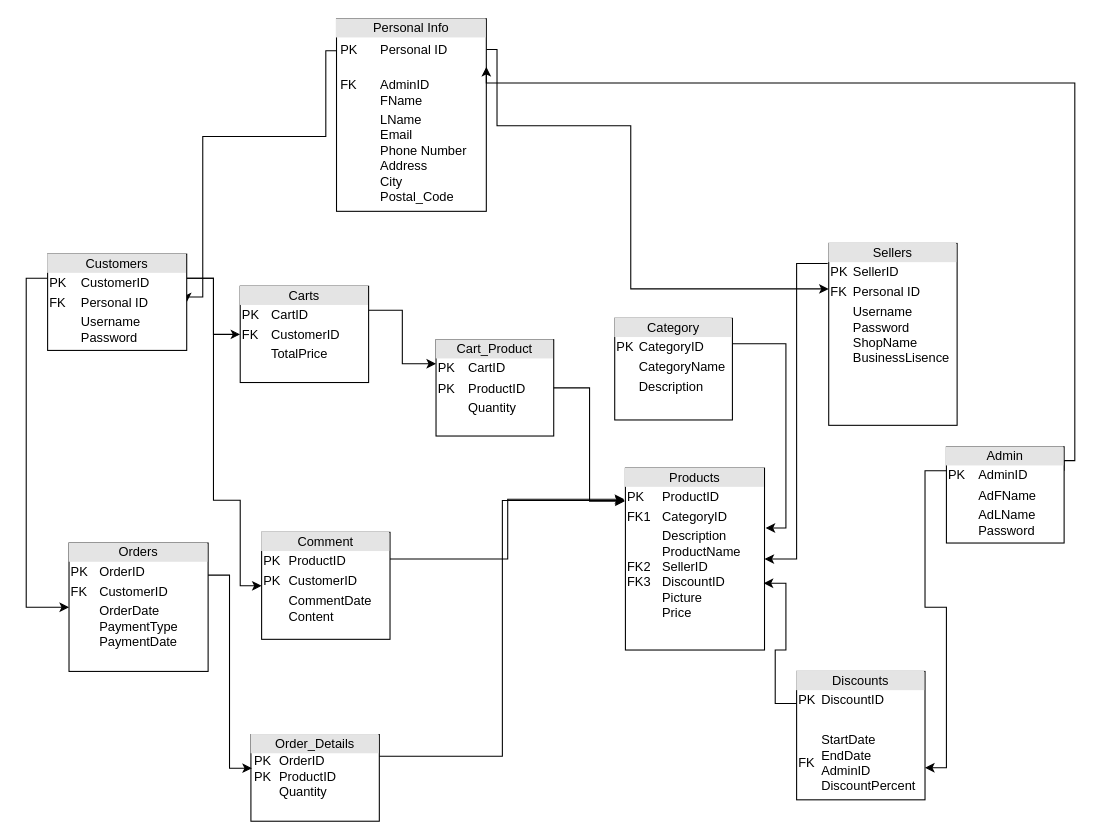
Above: design/Relational Model.drawio in PhucAnh0502/Database (draw.io), before the change. Source tidied: cells renumbered, new cells numbered last; positions are measured from the earlier drawing's top-left corner, leaving out a move shared by most shapes. Both pictures are drawn from the tidied source at 107%, with x=0, y=0 at pixel (26, 18).
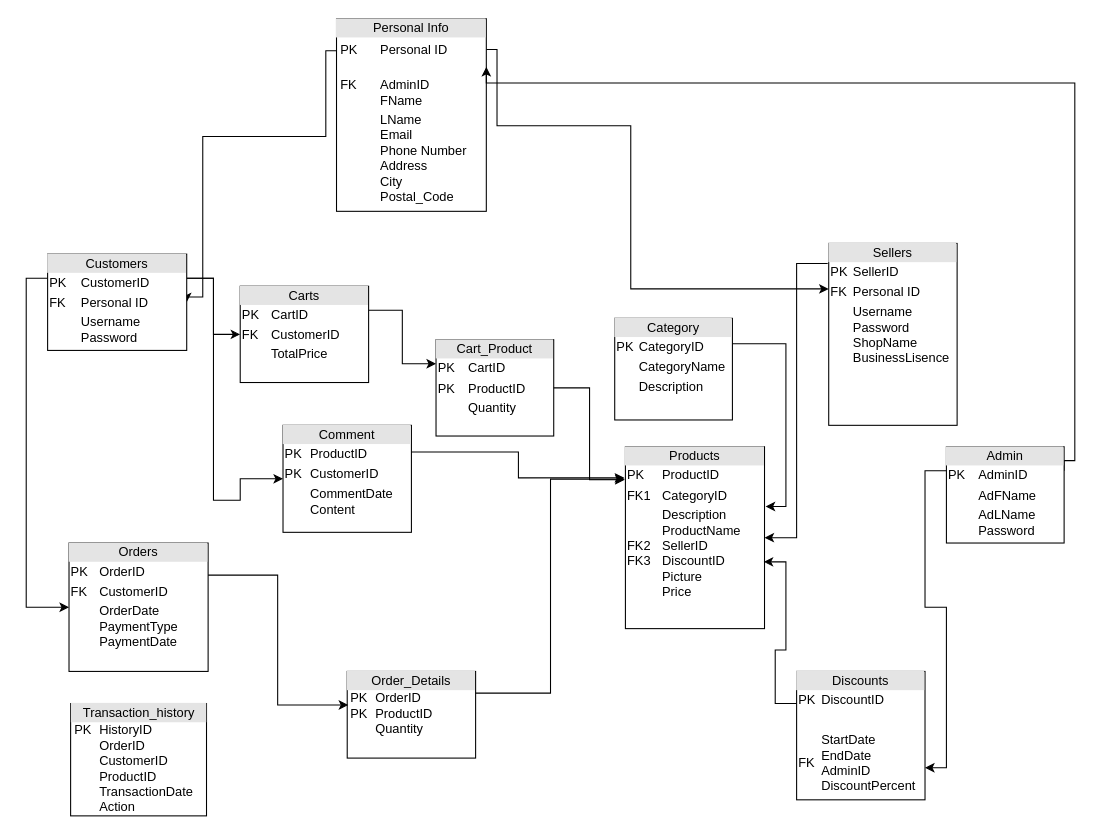
After the change.

The edit, as a diff of the source:
```diff
@@
     <mxCell id="14" value="&lt;div style=&quot;text-align: center; box-sizing: border-box; width: 100%; background: rgb(228, 228, 228); padding: 2px;&quot;&gt;Order_Details&lt;/div&gt;&amp;nbsp;PK&lt;span style=&quot;white-space: pre;&quot;&gt;&#9;&lt;/span&gt;OrderID&lt;div&gt;&amp;nbsp;PK&lt;span style=&quot;white-space: pre;&quot;&gt;&#9;&lt;/span&gt;ProductID&lt;/div&gt;&lt;div&gt;&amp;nbsp;&lt;span style=&quot;white-space: pre;&quot;&gt;&#9;&lt;/span&gt;Quantity&lt;br&gt;&lt;table style=&quot;width:100%;font-size:1em;&quot; cellpadding=&quot;2&quot; cellspacing=&quot;0&quot;&gt;&lt;tbody&gt;&lt;tr&gt;&lt;td&gt;&lt;/td&gt;&lt;td&gt;&lt;br&gt;&lt;br&gt;&lt;/td&gt;&lt;/tr&gt;&lt;/tbody&gt;&lt;/table&gt;&lt;/div&gt;" style="verticalAlign=top;align=left;overflow=fill;html=1;whiteSpace=wrap;" parent="1" vertex="1">
-      <mxGeometry x="210" y="669" width="120" height="81" as="geometry" />
+      <mxGeometry x="300" y="610" width="120" height="81" as="geometry" />
     </mxCell>
     <mxCell id="15" value="&lt;div style=&quot;text-align: center; box-sizing: border-box; width: 100%; background: rgb(228, 228, 228); padding: 2px;&quot;&gt;Products&lt;/div&gt;&lt;table style=&quot;width: 100%; font-size: 1em;&quot; cellpadding=&quot;2&quot; cellspacing=&quot;0&quot;&gt;&lt;tbody&gt;&lt;tr&gt;&lt;td&gt;PK&lt;/td&gt;&lt;td&gt;ProductID&lt;/td&gt;&lt;/tr&gt;&lt;tr&gt;&lt;td&gt;FK1&lt;/td&gt;&lt;td&gt;CategoryID&lt;br&gt;&lt;/td&gt;&lt;/tr&gt;&lt;tr&gt;&lt;td&gt;FK2&lt;br&gt;FK3&lt;/td&gt;&lt;td&gt;Description&lt;br&gt;ProductName&lt;br&gt;SellerID&lt;br&gt;DiscountID&lt;br&gt;Picture&lt;br&gt;Price&lt;/td&gt;&lt;/tr&gt;&lt;/tbody&gt;&lt;/table&gt;" style="verticalAlign=top;align=left;overflow=fill;html=1;whiteSpace=wrap;" parent="1" vertex="1">
-      <mxGeometry x="560" y="420" width="130" height="170" as="geometry" />
+      <mxGeometry x="560" y="400" width="130" height="170" as="geometry" />
     </mxCell>
@@
     <mxCell id="21" value="&lt;div style=&quot;text-align: center; box-sizing: border-box; width: 100%; background: rgb(228, 228, 228); padding: 2px;&quot;&gt;Comment&lt;/div&gt;&lt;table style=&quot;width: 100%; font-size: 1em;&quot; cellpadding=&quot;2&quot; cellspacing=&quot;0&quot;&gt;&lt;tbody&gt;&lt;tr&gt;&lt;td&gt;PK&lt;/td&gt;&lt;td&gt;ProductID&lt;/td&gt;&lt;/tr&gt;&lt;tr&gt;&lt;td&gt;PK&lt;/td&gt;&lt;td&gt;CustomerID&lt;/td&gt;&lt;/tr&gt;&lt;tr&gt;&lt;td&gt;&lt;/td&gt;&lt;td&gt;CommentDate&lt;br&gt;Content&lt;/td&gt;&lt;/tr&gt;&lt;/tbody&gt;&lt;/table&gt;" style="verticalAlign=top;align=left;overflow=fill;html=1;whiteSpace=wrap;" parent="1" vertex="1">
-      <mxGeometry x="220" y="480" width="120" height="100" as="geometry" />
+      <mxGeometry x="240" y="380" width="120" height="100" as="geometry" />
     </mxCell>
@@
+    <mxCell id="29" value="&lt;div style=&quot;text-align: center; box-sizing: border-box; width: 100%; background: rgb(228, 228, 228); padding: 2px;&quot;&gt;Transaction_history&lt;/div&gt;&amp;nbsp;PK&lt;span style=&quot;white-space: pre;&quot;&gt;&#9;&lt;/span&gt;HistoryID&lt;div&gt;&lt;span style=&quot;white-space: pre;&quot;&gt;&#9;&lt;/span&gt;OrderID&lt;div&gt;&amp;nbsp;&lt;span style=&quot;white-space: pre;&quot;&gt;&#9;&lt;/span&gt;CustomerID&lt;/div&gt;&lt;div&gt;&amp;nbsp;&lt;span style=&quot;white-space: pre;&quot;&gt;&#9;&lt;/span&gt;ProductID&lt;br&gt;&lt;/div&gt;&lt;div&gt;&amp;nbsp;&lt;span style=&quot;white-space: pre;&quot;&gt;&#9;&lt;/span&gt;TransactionDate&lt;/div&gt;&lt;div&gt;&lt;span style=&quot;white-space: pre;&quot;&gt;&#9;&lt;/span&gt;Action&lt;br&gt;&lt;/div&gt;&lt;/div&gt;" style="verticalAlign=top;align=left;overflow=fill;html=1;whiteSpace=wrap;" parent="1" vertex="1">
+      <mxGeometry x="41.5" y="640" width="127" height="105" as="geometry" />
+    </mxCell>
```
